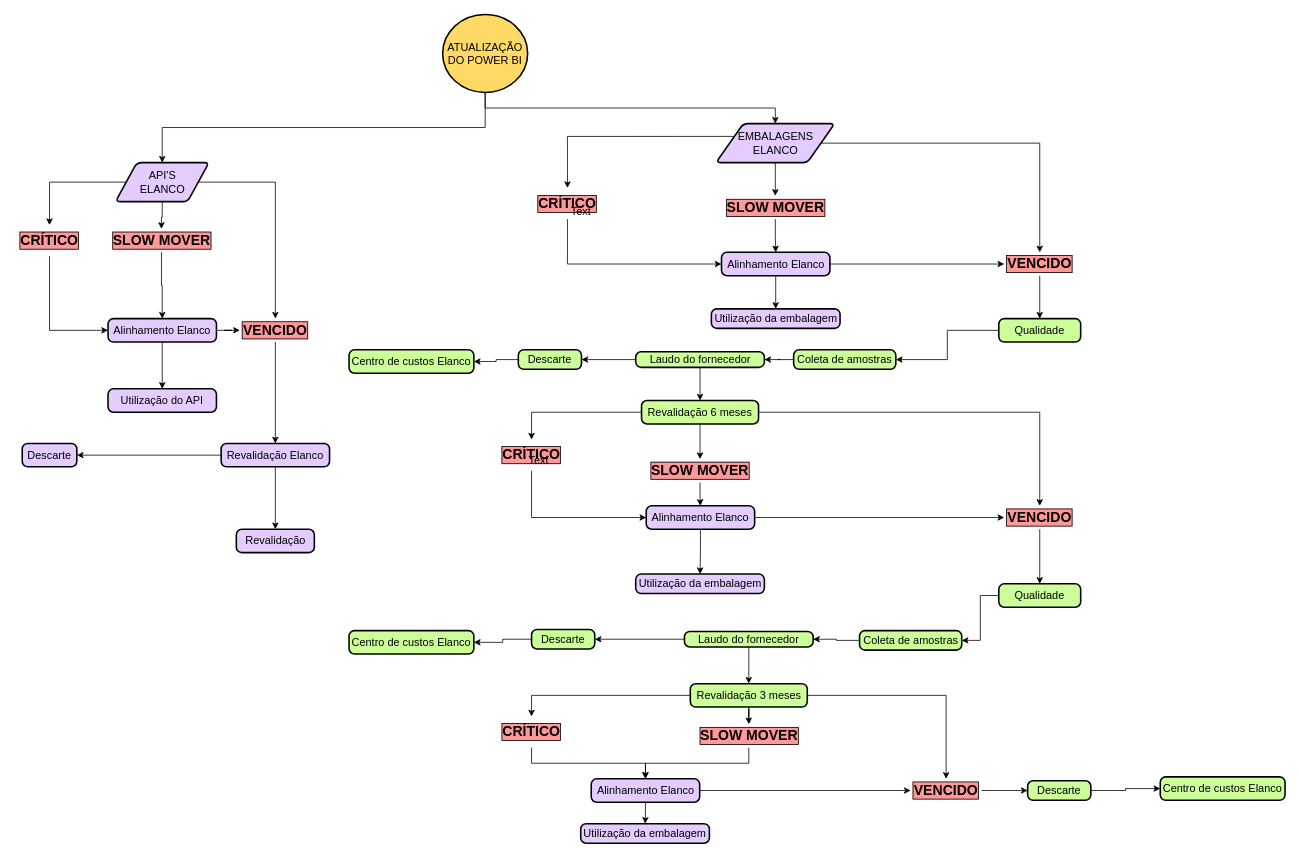
Above: page "Elanco" (5 of 5) of Untitled Diagram.drawio in geovanafsantos/ascoisatudo (draw.io), before the change. Source tidied: cells renumbered, new cells numbered last; positions are measured from the earlier drawing's top-left corner, leaving out a move shared by most shapes. Both pictures are drawn from the tidied source at 78%, with x=0, y=0 at pixel (13, 14).
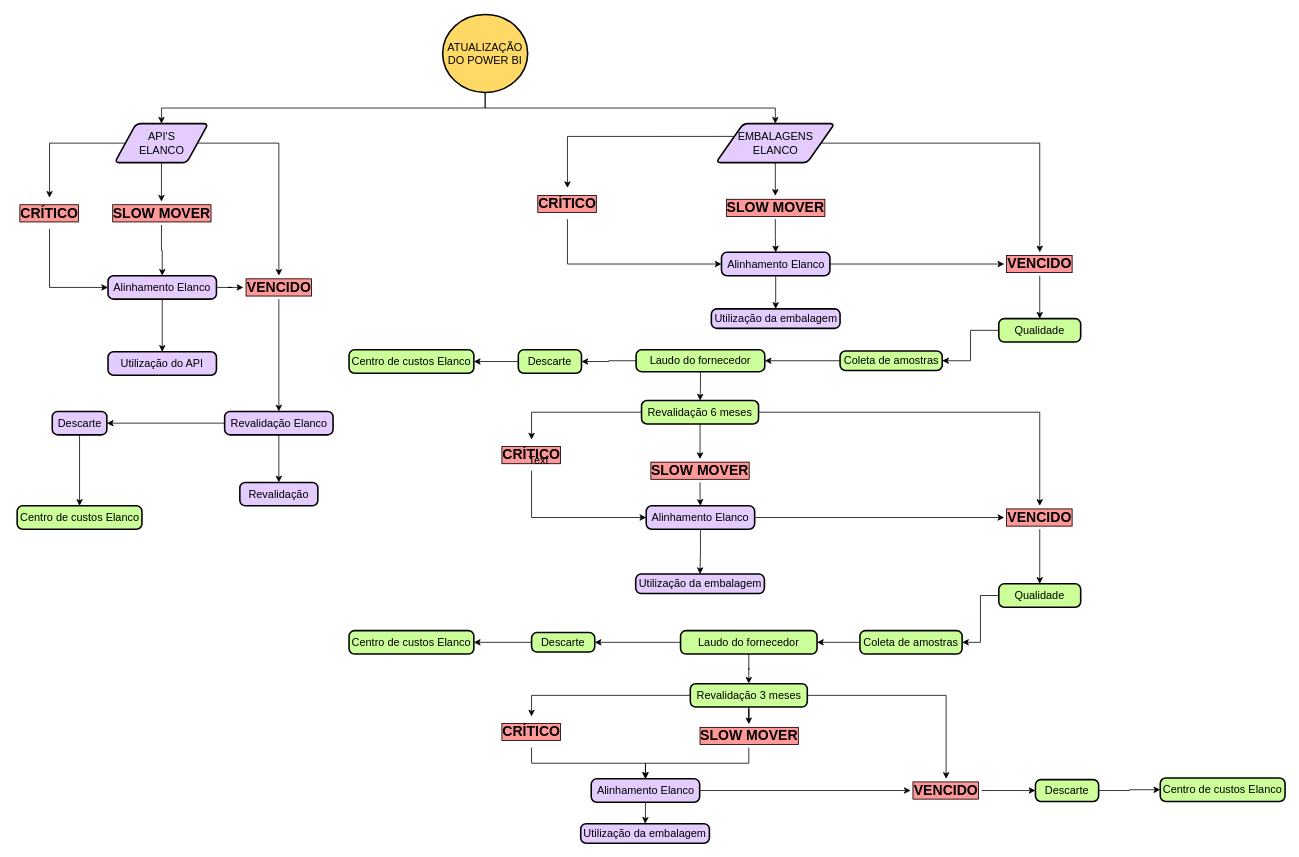
The same page after the edit.

Change to the diagram source:
```diff
@@
     <mxCell id="7" value="CRÍTICO" style="text;html=1;strokeColor=none;fillColor=none;align=center;verticalAlign=middle;whiteSpace=wrap;rounded=0;labelBackgroundColor=#FF9999;fontSize=18;labelBorderColor=#000000;fontStyle=1;" parent="1" vertex="1">
-      <mxGeometry y="270" width="92" height="40" as="geometry" />
+      <mxGeometry y="235" width="92" height="40" as="geometry" />
     </mxCell>
@@
     <mxCell id="9" value="SLOW MOVER" style="text;html=1;strokeColor=none;fillColor=none;align=center;verticalAlign=middle;whiteSpace=wrap;rounded=0;labelBackgroundColor=#FF9999;fontSize=18;labelBorderColor=#000000;fontStyle=1;" parent="1" vertex="1">
-      <mxGeometry x="119.5" y="275" width="140" height="30" as="geometry" />
+      <mxGeometry x="119.5" y="240" width="140" height="30" as="geometry" />
     </mxCell>
@@
     <mxCell id="11" value="VENCIDO" style="text;html=1;strokeColor=none;fillColor=none;align=center;verticalAlign=middle;whiteSpace=wrap;rounded=0;labelBackgroundColor=#FF9999;fontSize=18;labelBorderColor=#000000;fontStyle=1;" parent="1" vertex="1">
-      <mxGeometry x="290" y="390" width="91" height="30" as="geometry" />
+      <mxGeometry x="294.5" y="335" width="91" height="30" as="geometry" />
     </mxCell>
@@
     <mxCell id="14" value="&lt;font style=&quot;font-size: 14px;&quot;&gt;Revalidação Elanco&lt;/font&gt;" style="rounded=1;whiteSpace=wrap;html=1;absoluteArcSize=1;arcSize=14;strokeWidth=2;labelBackgroundColor=none;fontSize=14;fillColor=#E5CCFF;" parent="1" vertex="1">
-      <mxGeometry x="266" y="550" width="139" height="30" as="geometry" />
+      <mxGeometry x="270.5" y="509" width="139" height="30" as="geometry" />
     </mxCell>
     <mxCell id="15" value="&lt;font style=&quot;font-size: 14px;&quot;&gt;Revalidação&lt;/font&gt;" style="rounded=1;whiteSpace=wrap;html=1;absoluteArcSize=1;arcSize=14;strokeWidth=2;labelBackgroundColor=none;fontSize=14;align=center;fillColor=#E5CCFF;" parent="1" vertex="1">
-      <mxGeometry x="285.5" y="660" width="100" height="30" as="geometry" />
+      <mxGeometry x="290" y="600" width="100" height="30" as="geometry" />
     </mxCell>
+    <mxCell id="91" style="edgeStyle=orthogonalEdgeStyle;rounded=0;jettySize=auto;html=1;entryX=0.5;entryY=0;entryDx=0;entryDy=0;fontSize=14;" parent="1" edge="1" source="16" target="92">
+      <mxGeometry relative="1" as="geometry" />
+    </mxCell>
     <mxCell id="16" value="&lt;font style=&quot;font-size: 14px;&quot;&gt;Descarte&lt;br style=&quot;font-size: 14px;&quot;&gt;&lt;/font&gt;" style="rounded=1;whiteSpace=wrap;html=1;absoluteArcSize=1;arcSize=14;strokeWidth=2;labelBackgroundColor=none;fontSize=14;align=center;fillColor=#E5CCFF;" parent="1" vertex="1">
-      <mxGeometry x="11" y="550" width="70" height="30" as="geometry" />
+      <mxGeometry x="49.5" y="509" width="70" height="30" as="geometry" />
     </mxCell>
@@
     <mxCell id="20" value="&lt;font style=&quot;font-size: 14px&quot;&gt;API'S&lt;br style=&quot;font-size: 14px&quot;&gt;ELANCO&lt;/font&gt;" style="shape=parallelogram;html=1;strokeWidth=2;perimeter=parallelogramPerimeter;whiteSpace=wrap;rounded=1;arcSize=12;size=0.23;fillColor=#E5CCFF;fontSize=14;" parent="1" vertex="1">
-      <mxGeometry x="130.5" y="190" width="120" height="50" as="geometry" />
+      <mxGeometry x="129.5" y="140" width="120" height="50" as="geometry" />
     </mxCell>
@@
     <mxCell id="32" value="&lt;font style=&quot;font-size: 14px&quot;&gt;Alinhamento Elanco&lt;/font&gt;" style="rounded=1;whiteSpace=wrap;html=1;absoluteArcSize=1;arcSize=14;strokeWidth=2;labelBackgroundColor=none;fontSize=14;fillColor=#E5CCFF;" parent="1" vertex="1">
-      <mxGeometry x="121" y="390" width="139" height="30" as="geometry" />
+      <mxGeometry x="121" y="335" width="139" height="30" as="geometry" />
     </mxCell>
     <mxCell id="33" value="&lt;font style=&quot;font-size: 14px&quot;&gt;Utilização do API&lt;/font&gt;" style="rounded=1;whiteSpace=wrap;html=1;absoluteArcSize=1;arcSize=14;strokeWidth=2;labelBackgroundColor=none;fontSize=14;fillColor=#E5CCFF;" parent="1" vertex="1">
-      <mxGeometry x="121" y="480" width="139" height="30" as="geometry" />
+      <mxGeometry x="121" y="432.5" width="139" height="30" as="geometry" />
     </mxCell>
@@
     <mxCell id="41" value="Coleta de amostras" style="rounded=1;whiteSpace=wrap;html=1;absoluteArcSize=1;arcSize=14;strokeWidth=2;labelBackgroundColor=none;fontSize=14;fillColor=#CCFF99;" parent="1" vertex="1">
-      <mxGeometry x="1000" y="430" width="131" height="25" as="geometry" />
+      <mxGeometry x="1059.5" y="431.5" width="131" height="25" as="geometry" />
     </mxCell>
@@
     <mxCell id="44" value="Laudo do fornecedor" style="rounded=1;whiteSpace=wrap;html=1;absoluteArcSize=1;arcSize=14;strokeWidth=2;labelBackgroundColor=none;fontSize=14;fillColor=#CCFF99;" parent="1" vertex="1">
-      <mxGeometry x="797.5" y="432.5" width="165" height="20" as="geometry" />
+      <mxGeometry x="798" y="430" width="165" height="28" as="geometry" />
     </mxCell>
@@
     <mxCell id="51" value="&lt;font style=&quot;font-size: 14px;&quot;&gt;Descarte&lt;br style=&quot;font-size: 14px;&quot;&gt;&lt;/font&gt;" style="rounded=1;whiteSpace=wrap;html=1;absoluteArcSize=1;arcSize=14;strokeWidth=2;labelBackgroundColor=none;fontSize=14;align=center;fillColor=#CCFF99;" parent="1" vertex="1">
-      <mxGeometry x="647" y="430" width="81" height="25" as="geometry" />
+      <mxGeometry x="647" y="430" width="81" height="30" as="geometry" />
     </mxCell>
@@
     <mxCell id="65" value="Coleta de amostras" style="rounded=1;whiteSpace=wrap;html=1;absoluteArcSize=1;arcSize=14;strokeWidth=2;labelBackgroundColor=none;fontSize=14;fillColor=#CCFF99;" parent="1" vertex="1">
-      <mxGeometry x="1084.5" y="790" width="131" height="25" as="geometry" />
+      <mxGeometry x="1085" y="790" width="131" height="30" as="geometry" />
     </mxCell>
@@
     <mxCell id="68" value="Laudo do fornecedor" style="rounded=1;whiteSpace=wrap;html=1;absoluteArcSize=1;arcSize=14;strokeWidth=2;labelBackgroundColor=none;fontSize=14;fillColor=#CCFF99;" parent="1" vertex="1">
-      <mxGeometry x="860" y="791" width="165" height="20" as="geometry" />
+      <mxGeometry x="855" y="790" width="175" height="30" as="geometry" />
     </mxCell>
@@
     <mxCell id="75" value="&lt;font style=&quot;font-size: 14px;&quot;&gt;Descarte&lt;br style=&quot;font-size: 14px;&quot;&gt;&lt;/font&gt;" style="rounded=1;whiteSpace=wrap;html=1;absoluteArcSize=1;arcSize=14;strokeWidth=2;labelBackgroundColor=none;fontSize=14;align=center;fillColor=#CCFF99;" parent="1" vertex="1">
-      <mxGeometry x="664" y="788.5" width="81" height="25" as="geometry" />
+      <mxGeometry x="664" y="792.5" width="81" height="25" as="geometry" />
     </mxCell>
@@
     <mxCell id="87" value="&lt;font style=&quot;font-size: 14px;&quot;&gt;Descarte&lt;br style=&quot;font-size: 14px;&quot;&gt;&lt;/font&gt;" style="rounded=1;whiteSpace=wrap;html=1;absoluteArcSize=1;arcSize=14;strokeWidth=2;labelBackgroundColor=none;fontSize=14;align=center;fillColor=#CCFF99;" parent="1" vertex="1">
-      <mxGeometry x="1300" y="982.5" width="81" height="25" as="geometry" />
+      <mxGeometry x="1310" y="981" width="81" height="28" as="geometry" />
     </mxCell>
     <mxCell id="88" value="&lt;font style=&quot;font-size: 14px&quot;&gt;Centro de custos Elanco&lt;/font&gt;" style="rounded=1;whiteSpace=wrap;html=1;absoluteArcSize=1;arcSize=14;strokeWidth=2;labelBackgroundColor=none;fontSize=14;fillColor=#CCFF99;" parent="1" vertex="1">
-      <mxGeometry x="1470" y="977.5" width="160" height="30" as="geometry" />
+      <mxGeometry x="1470" y="979" width="160" height="30" as="geometry" />
     </mxCell>
-    <mxCell id="89" value="Text" style="text;html=1;align=center;verticalAlign=middle;fontSize=14;" parent="1" vertex="1">
-      <mxGeometry x="707" y="243" width="40" height="20" as="geometry" />
-    </mxCell>
@@
+    <mxCell id="92" value="&lt;font style=&quot;font-size: 14px&quot;&gt;Centro de custos Elanco&lt;/font&gt;" style="rounded=1;whiteSpace=wrap;html=1;absoluteArcSize=1;arcSize=14;strokeWidth=2;labelBackgroundColor=none;fontSize=14;fillColor=#CCFF99;" parent="1" vertex="1">
+      <mxGeometry x="4.5" y="630" width="160" height="30" as="geometry" />
+    </mxCell>
```
